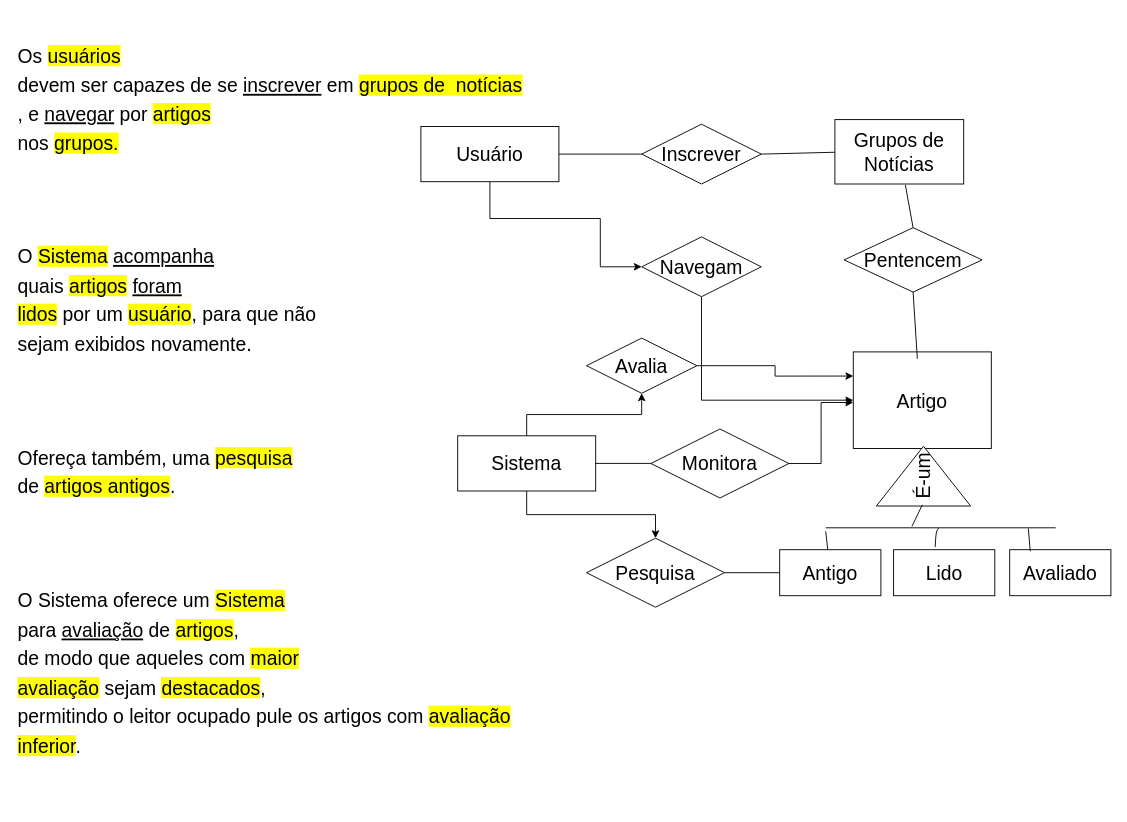
The draw.io diagram page "DER-WebNoticias" (2 of 2) of AULA-03-Nov-2020.drawio in vladimiralencar/Alunos-UEPB-BancoDeDados, before the edit. Source tidied: cells renumbered, new cells numbered last; positions are measured from the earlier drawing's top-left corner, leaving out a move shared by most shapes. Both pictures are drawn from the tidied source at 92%, with x=0, y=0 at pixel (16, 16).
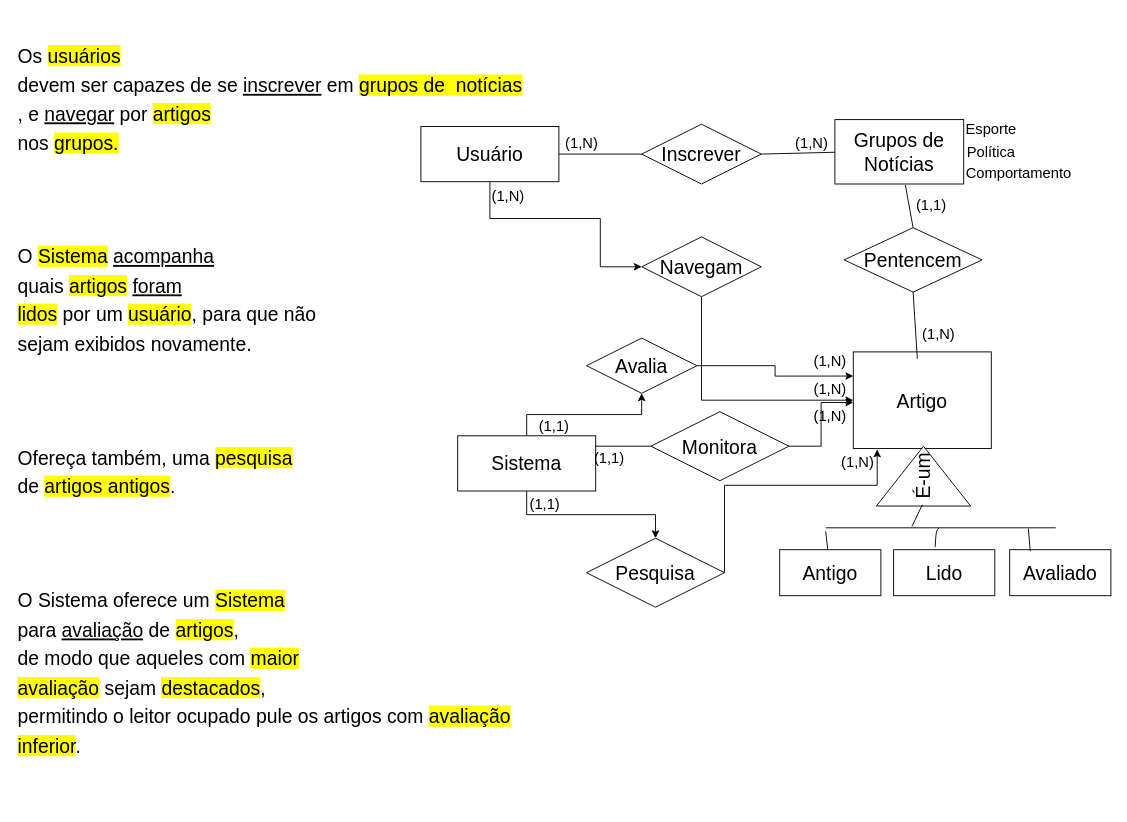
The same page after the edit.

The change refers to these unchanged cells:
```xml
<mxCell id="9" value="Artigo" style="whiteSpace=wrap;html=1;align=center;fontSize=21;" parent="1" vertex="1">
  <mxGeometry x="910" y="365" width="150" height="105" as="geometry" />
</mxCell>
<mxCell id="30" value="Pesquisa" style="shape=rhombus;perimeter=rhombusPerimeter;whiteSpace=wrap;html=1;align=center;fontSize=21;" parent="1" vertex="1">
  <mxGeometry x="620" y="567.5" width="150" height="75" as="geometry" />
</mxCell>
```

Change to the diagram source:
```diff
@@
     <mxCell id="19" value="Monitora" style="shape=rhombus;perimeter=rhombusPerimeter;whiteSpace=wrap;html=1;align=center;fontSize=21;" parent="1" vertex="1">
-      <mxGeometry x="690" y="448.8" width="150" height="75" as="geometry" />
+      <mxGeometry x="690" y="430" width="150" height="75" as="geometry" />
     </mxCell>
     <mxCell id="20" style="line;strokeWidth=1;dashed=0;labelPosition=right;align=left;verticalAlign=middle;spacingTop=0;spacingLeft=6;fontSize=21;" parent="1" vertex="1">
-      <mxGeometry x="630" y="481.2" width="60" height="10" as="geometry" />
+      <mxGeometry x="630" y="462.5" width="60" height="10" as="geometry" />
     </mxCell>
@@
+    <mxCell id="34" style="edgeStyle=orthogonalEdgeStyle;rounded=0;jettySize=auto;html=1;exitX=1;exitY=0.5;exitDx=0;exitDy=0;entryX=0.173;entryY=1.01;entryDx=0;entryDy=0;entryPerimeter=0;" parent="1" edge="1" source="30" target="9">
+      <mxGeometry relative="1" as="geometry">
+        <Array as="points">
+          <mxPoint x="770" y="510" />
+          <mxPoint x="936" y="510" />
+        </Array>
+      </mxGeometry>
+    </mxCell>
@@
-    <mxCell id="31" style="line;strokeWidth=1;dashed=0;labelPosition=right;align=left;verticalAlign=middle;spacingTop=0;spacingLeft=6;fontSize=21;" parent="1" vertex="1">
-      <mxGeometry x="770" y="600" width="60" height="10" as="geometry" />
-    </mxCell>
@@
+    <mxCell id="35" value="(1,N)" style="text;html=1;strokeColor=none;fillColor=none;align=center;verticalAlign=middle;whiteSpace=wrap;rounded=0;fontSize=16;" parent="1" vertex="1">
+      <mxGeometry x="600" y="112.5" width="30" height="50" as="geometry" />
+    </mxCell>
+    <mxCell id="36" value="(1,N)" style="text;html=1;strokeColor=none;fillColor=none;align=center;verticalAlign=middle;whiteSpace=wrap;rounded=0;fontSize=16;" parent="1" vertex="1">
+      <mxGeometry x="850" y="112.5" width="30" height="50" as="geometry" />
+    </mxCell>
+    <mxCell id="37" value="Esporte" style="text;html=1;strokeColor=none;fillColor=none;align=center;verticalAlign=middle;whiteSpace=wrap;rounded=0;fontSize=16;" parent="1" vertex="1">
+      <mxGeometry x="1040" y="112.5" width="40" height="20" as="geometry" />
+    </mxCell>
+    <mxCell id="38" value="Política" style="text;html=1;strokeColor=none;fillColor=none;align=center;verticalAlign=middle;whiteSpace=wrap;rounded=0;fontSize=16;" parent="1" vertex="1">
+      <mxGeometry x="1040" y="137.5" width="40" height="20" as="geometry" />
+    </mxCell>
+    <mxCell id="39" value="Comportamento" style="text;html=1;strokeColor=none;fillColor=none;align=center;verticalAlign=middle;whiteSpace=wrap;rounded=0;fontSize=16;" parent="1" vertex="1">
+      <mxGeometry x="1070" y="160" width="40" height="20" as="geometry" />
+    </mxCell>
+    <mxCell id="40" value="(1,N)" style="text;html=1;strokeColor=none;fillColor=none;align=center;verticalAlign=middle;whiteSpace=wrap;rounded=0;fontSize=16;" parent="1" vertex="1">
+      <mxGeometry x="988" y="320" width="30" height="50" as="geometry" />
+    </mxCell>
+    <mxCell id="41" value="(1,1)" style="text;html=1;strokeColor=none;fillColor=none;align=center;verticalAlign=middle;whiteSpace=wrap;rounded=0;fontSize=16;" parent="1" vertex="1">
+      <mxGeometry x="980" y="180" width="30" height="50" as="geometry" />
+    </mxCell>
+    <mxCell id="42" value="(1,N)" style="text;html=1;strokeColor=none;fillColor=none;align=center;verticalAlign=middle;whiteSpace=wrap;rounded=0;fontSize=16;" parent="1" vertex="1">
+      <mxGeometry x="520" y="170" width="30" height="50" as="geometry" />
+    </mxCell>
+    <mxCell id="43" value="(1,N)" style="text;html=1;strokeColor=none;fillColor=none;align=center;verticalAlign=middle;whiteSpace=wrap;rounded=0;fontSize=16;" parent="1" vertex="1">
+      <mxGeometry x="870" y="380" width="30" height="50" as="geometry" />
+    </mxCell>
+    <mxCell id="44" value="(1,1)" style="text;html=1;strokeColor=none;fillColor=none;align=center;verticalAlign=middle;whiteSpace=wrap;rounded=0;fontSize=16;" parent="1" vertex="1">
+      <mxGeometry x="630" y="455" width="30" height="50" as="geometry" />
+    </mxCell>
+    <mxCell id="45" value="(1,N)" style="text;html=1;strokeColor=none;fillColor=none;align=center;verticalAlign=middle;whiteSpace=wrap;rounded=0;fontSize=16;" parent="1" vertex="1">
+      <mxGeometry x="870" y="410" width="30" height="50" as="geometry" />
+    </mxCell>
+    <mxCell id="46" value="(1,1)" style="text;html=1;strokeColor=none;fillColor=none;align=center;verticalAlign=middle;whiteSpace=wrap;rounded=0;fontSize=16;" parent="1" vertex="1">
+      <mxGeometry x="560" y="505" width="30" height="50" as="geometry" />
+    </mxCell>
+    <mxCell id="47" value="(1,N)" style="text;html=1;strokeColor=none;fillColor=none;align=center;verticalAlign=middle;whiteSpace=wrap;rounded=0;fontSize=16;" parent="1" vertex="1">
+      <mxGeometry x="900" y="460" width="30" height="50" as="geometry" />
+    </mxCell>
+    <mxCell id="48" value="(1,1)" style="text;html=1;strokeColor=none;fillColor=none;align=center;verticalAlign=middle;whiteSpace=wrap;rounded=0;fontSize=16;" parent="1" vertex="1">
+      <mxGeometry x="570" y="420" width="30" height="50" as="geometry" />
+    </mxCell>
+    <mxCell id="49" value="(1,N)" style="text;html=1;strokeColor=none;fillColor=none;align=center;verticalAlign=middle;whiteSpace=wrap;rounded=0;fontSize=16;" parent="1" vertex="1">
+      <mxGeometry x="870" y="350" width="30" height="50" as="geometry" />
+    </mxCell>
```
